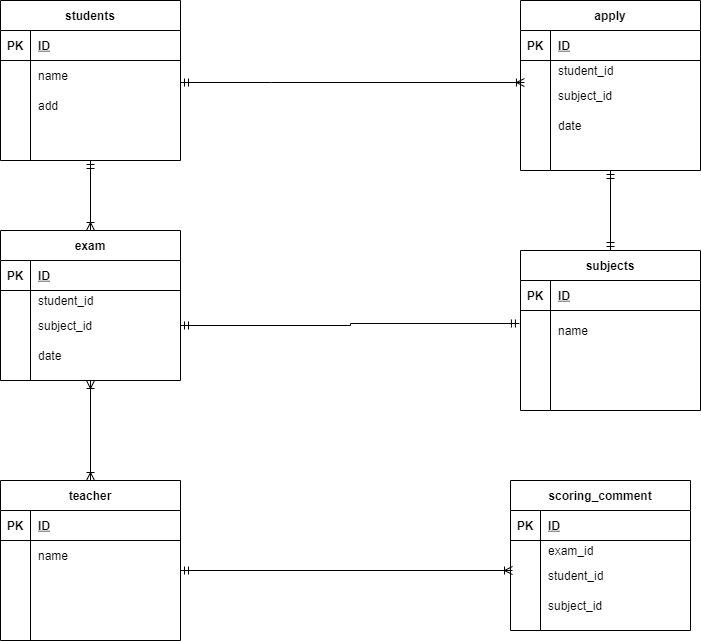
The draw.io diagram .drawio.png in atsucot/ER-1, before a commit. Source tidied: cells renumbered, new cells last; positions are measured from the earlier drawing's top-left corner, leaving out a move shared by most shapes.
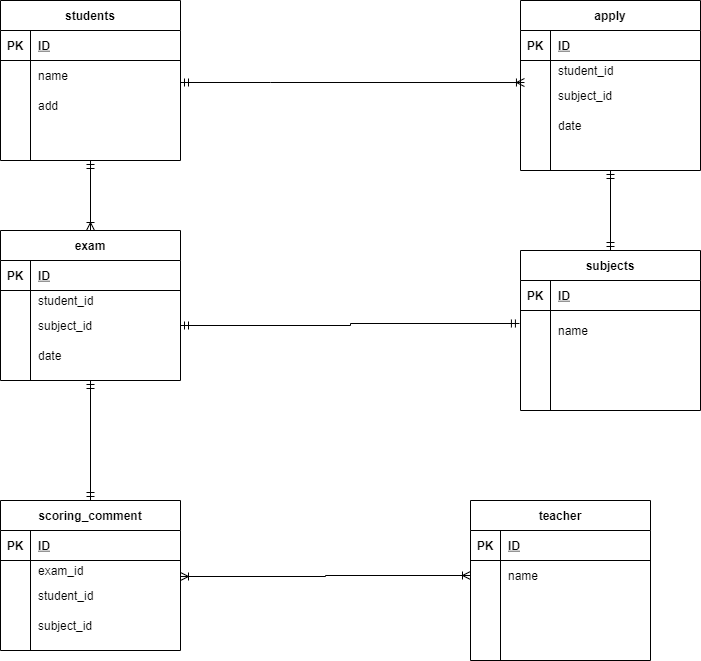
The same diagram one commit later.

The edit, as a diff of the source:
```diff
@@ -53,7 +53,7 @@
       <mxGeometry x="30" width="150" height="30" as="geometry" />
     </mxCell>
     <mxCell id="17" value="teacher" style="shape=table;startSize=30;rowLines=0;fontStyle=1;align=center;" parent="1" vertex="1">
-      <mxGeometry y="480" width="180" height="160" as="geometry" />
+      <mxGeometry x="470" y="500" width="180" height="160" as="geometry" />
     </mxCell>
     <mxCell id="18" style="shape=partialRectangle;fillColor=none;top=0;left=0;bottom=1;right=0;" parent="17" vertex="1">
       <mxGeometry y="30" width="180" height="30" as="geometry" />
@@ -91,9 +91,9 @@
     <mxCell id="29" style="shape=partialRectangle;fillColor=none;top=0;left=0;bottom=0;right=0;align=left;spacingLeft=6;overflow=hidden;" parent="27" vertex="1">
       <mxGeometry x="30" width="150" height="30" as="geometry" />
     </mxCell>
-    <mxCell id="30" style="edgeStyle=orthogonalEdgeStyle;rounded=0;jettySize=auto;html=1;entryX=0.5;entryY=0;entryDx=0;entryDy=0;startArrow=ERoneToMany;startFill=0;endArrow=ERoneToMany;endFill=0;" parent="1" edge="1" source="31" target="17">
-      <mxGeometry relative="1" as="geometry" />
-    </mxCell>
+    <mxCell id="89" style="edgeStyle=orthogonalEdgeStyle;rounded=0;jettySize=auto;html=1;entryX=0.5;entryY=0;entryDx=0;entryDy=0;startArrow=ERmandOne;startFill=0;endArrow=ERmandOne;endFill=0;" parent="1" edge="1" source="31" target="44">
+      <mxGeometry relative="1" as="geometry" />
+    </mxCell>
     <mxCell id="31" value="exam" style="shape=table;startSize=30;rowLines=0;fontStyle=1;align=center;" parent="1" vertex="1">
       <mxGeometry y="230" width="180" height="150" as="geometry" />
     </mxCell>
@@ -134,7 +134,7 @@
       <mxGeometry x="30" width="150" height="30" as="geometry" />
     </mxCell>
     <mxCell id="44" value="scoring_comment" style="shape=table;startSize=30;rowLines=0;fontStyle=1;align=center;" parent="1" vertex="1">
-      <mxGeometry x="510" y="480" width="180" height="150" as="geometry" />
+      <mxGeometry y="500" width="180" height="150" as="geometry" />
     </mxCell>
     <mxCell id="45" style="shape=partialRectangle;fillColor=none;top=0;left=0;bottom=1;right=0;" parent="44" vertex="1">
       <mxGeometry y="30" width="180" height="30" as="geometry" />
@@ -265,13 +265,10 @@
     <mxCell id="87" style="edgeStyle=orthogonalEdgeStyle;rounded=0;jettySize=auto;html=1;endArrow=ERmandOne;endFill=0;startArrow=ERmandOne;startFill=0;entryX=-0.006;entryY=0.325;entryDx=0;entryDy=0;entryPerimeter=0;" parent="1" edge="1" source="38" target="62">
       <mxGeometry relative="1" as="geometry" />
     </mxCell>
-    <mxCell id="88" style="edgeStyle=orthogonalEdgeStyle;rounded=0;jettySize=auto;html=1;startArrow=ERmandOne;startFill=0;endArrow=ERoneToMany;endFill=0;" parent="1" edge="1" source="24">
-      <mxGeometry relative="1" as="geometry">
-        <mxPoint x="512" y="570" as="targetPoint" />
-        <Array as="points">
-          <mxPoint x="512" y="570" />
-        </Array>
-      </mxGeometry>
-    </mxCell>
+    <mxCell id="90" style="edgeStyle=orthogonalEdgeStyle;rounded=0;jettySize=auto;html=1;startArrow=ERoneToMany;startFill=0;endArrow=ERoneToMany;endFill=0;" parent="1" edge="1" source="21">
+      <mxGeometry relative="1" as="geometry">
+        <mxPoint x="180" y="576" as="targetPoint" />
+      </mxGeometry>
+    </mxCell>
   </root>
 </mxGraphModel>
```
